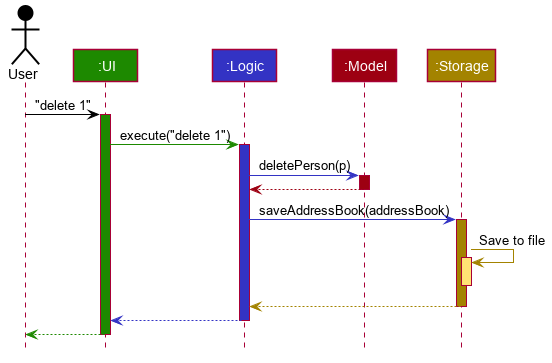
Before: docs/images/ArchitectureSequenceDiagram.png, a diagram exported from PlantUML (nus-cs2103-AY1920S1/addressbook-level3). The source it was exported from:
```plantuml
@startuml








skinparam BackgroundColor #FFFFFFF

skinparam Shadowing false

skinparam Class {
    FontColor #FFFFFF
    BorderThickness 1
    BorderColor #FFFFFF
    StereotypeFontColor #FFFFFF
    FontName Arial
}

skinparam Actor {
    BorderColor #000000
    Color #000000
    FontName Arial
}

skinparam Sequence {
    MessageAlign center
    BoxFontSize 15
    BoxPadding 0
    BoxFontColor #FFFFFF
    FontName Arial
}

skinparam Participant {
    FontColor #FFFFFFF
    Padding 20
}

skinparam MinClassWidth 50
skinparam ParticipantPadding 10
skinparam Shadowing false
skinparam DefaultTextAlignment center
skinparam packageStyle Rectangle

hide footbox
hide members
hide circle

Actor User as user #000000
Participant ":UI" as ui #1D8900
Participant ":Logic" as logic #3333C4
Participant ":Model" as model #9D0012
Participant ":Storage" as storage #A38300

user -[#000000]> ui : "delete 1"
activate ui #1D8900

ui -[#1D8900]> logic : execute("delete 1")
activate logic #3333C4

logic -[#3333C4]> model : deletePerson(p)
activate model #9D0012

model -[#9D0012]-> logic
deactivate model

logic -[#3333C4]> storage : saveAddressBook(addressBook)
activate storage #A38300

storage -[#A38300]> storage : Save to file
activate storage #FFE374
deactivate storage

storage --[#A38300]> logic
deactivate storage

logic --[#3333C4]> ui
deactivate logic

ui--[#1D8900]> user
deactivate ui
@enduml
```
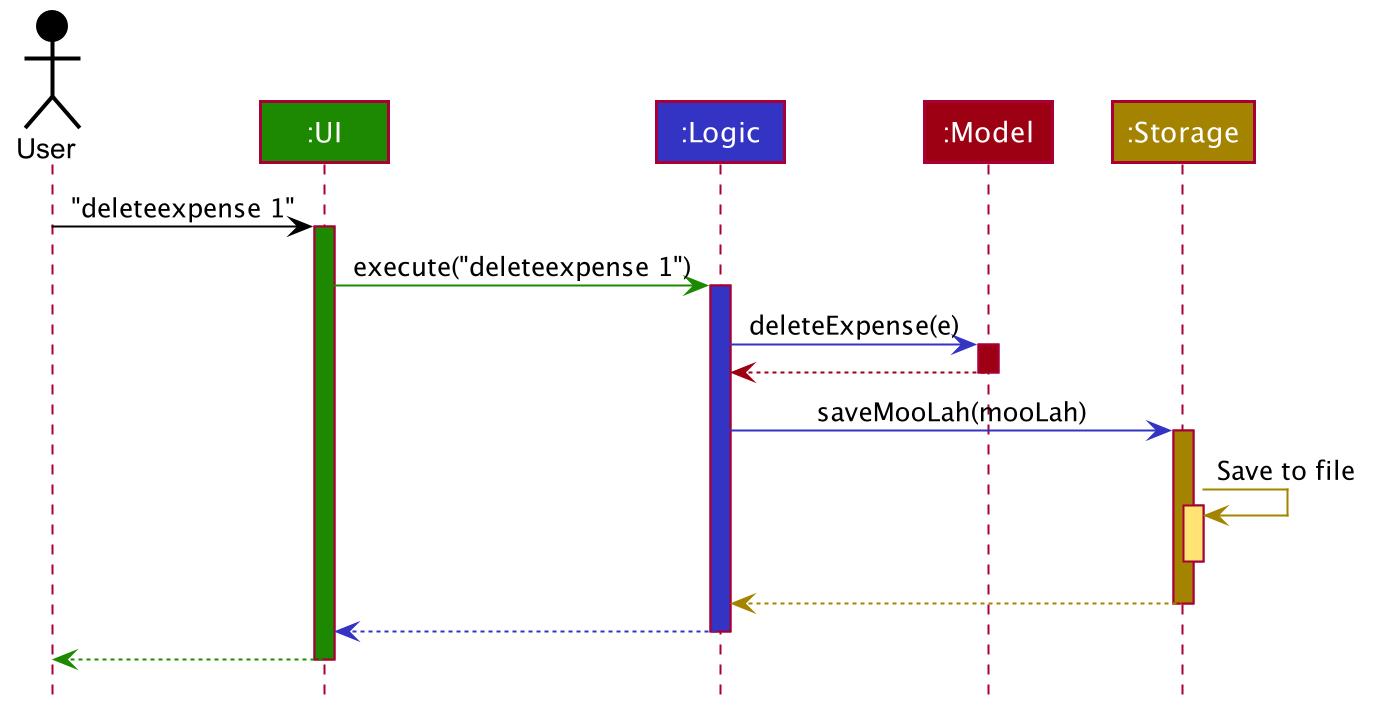
The same file after the commit.

Commit message:
Update diagrams to suit MooLah instead of AddressBook

Change to the diagram source:
```diff
@@ -54,19 +54,19 @@
 Participant ":Model" as model #9D0012
 Participant ":Storage" as storage #A38300
 
-user -[#000000]> ui : "delete 1"
+user -[#000000]> ui : "deleteexpense 1"
 activate ui #1D8900
 
-ui -[#1D8900]> logic : execute("delete 1")
+ui -[#1D8900]> logic : execute("deleteexpense 1")
 activate logic #3333C4
 
-logic -[#3333C4]> model : deletePerson(p)
+logic -[#3333C4]> model : deleteExpense(e)
 activate model #9D0012
 
 model -[#9D0012]-> logic
 deactivate model
 
-logic -[#3333C4]> storage : saveAddressBook(addressBook)
+logic -[#3333C4]> storage : saveMooLah(mooLah)
 activate storage #A38300
 
 storage -[#A38300]> storage : Save to file
```
